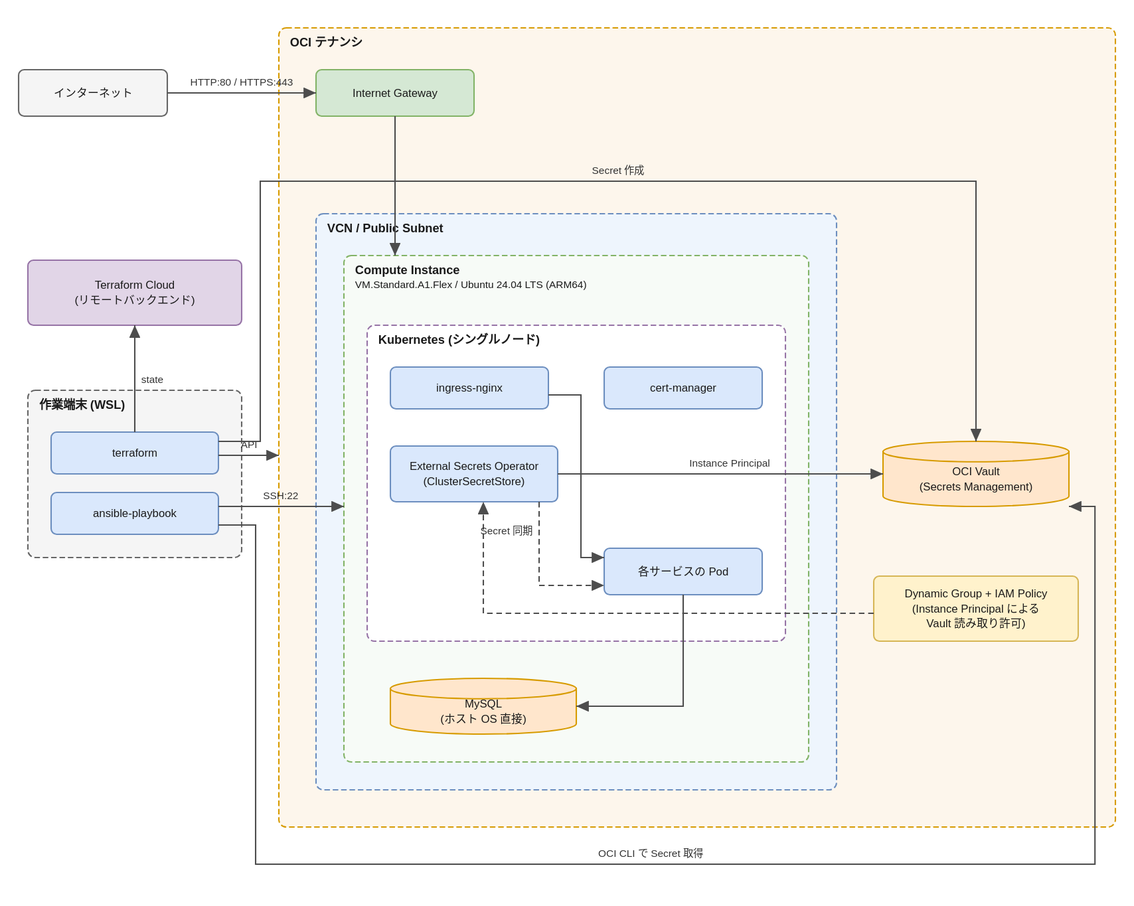
The draw.io diagram docs/02.design/99.appendix/別紙_システム構成図.drawio.svg in Seiya-Nakagawa/infra-oci, before a commit. Source tidied: cells renumbered, new cells last; positions are measured from the earlier drawing's top-left corner, leaving out a move shared by most shapes.
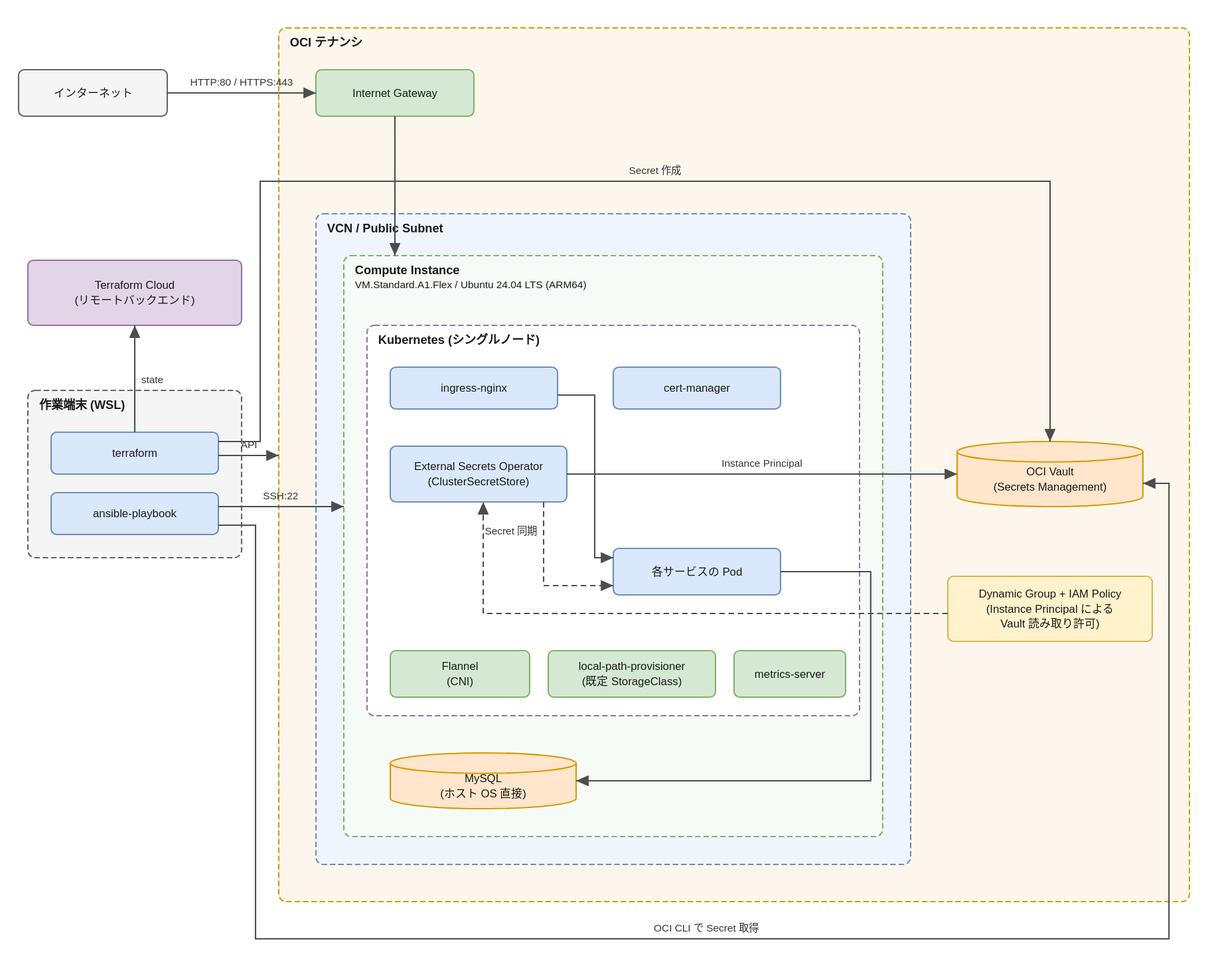
After the change.

Commit message:
docs: 構成図と技術スタックに Kubernetes アドオンを追加

Flannel(CNI)・local-path-provisioner・metrics-server を別紙の構成図と
1.5.2 採用ソフトウェアへ追加し、1.5.1 にアドオンのバージョン固定方針を明記する。

What changed in the source:
```diff
@@ -3,16 +3,16 @@
     <mxCell id="0" />
     <mxCell id="1" parent="0" />
     <mxCell id="2" value="OCI テナンシ" style="rounded=1;arcSize=6;whiteSpace=wrap;html=1;dashed=1;dashPattern=6 3;verticalAlign=top;align=left;spacingLeft=10;spacingTop=2;fontSize=13;fontStyle=1;fillColor=#fdf6ec;strokeColor=#d79b00;" parent="1" vertex="1">
-      <mxGeometry x="280" width="900" height="860" as="geometry" />
+      <mxGeometry x="280" width="980" height="940" as="geometry" />
     </mxCell>
     <mxCell id="3" value="VCN / Public Subnet" style="rounded=1;arcSize=6;whiteSpace=wrap;html=1;dashed=1;dashPattern=6 3;verticalAlign=top;align=left;spacingLeft=10;spacingTop=2;fontSize=13;fontStyle=1;fillColor=#eef5fd;strokeColor=#6c8ebf;" parent="1" vertex="1">
-      <mxGeometry x="320" y="200" width="560" height="620" as="geometry" />
+      <mxGeometry x="320" y="200" width="640" height="700" as="geometry" />
     </mxCell>
     <mxCell id="4" value="Compute Instance&#10;VM.Standard.A1.Flex / Ubuntu 24.04 LTS (ARM64)" style="rounded=1;arcSize=6;whiteSpace=wrap;html=1;dashed=1;dashPattern=6 3;verticalAlign=top;align=left;spacingLeft=10;spacingTop=2;fontSize=13;fontStyle=1;fillColor=#f7fbf7;strokeColor=#82b366;" parent="1" vertex="1">
-      <mxGeometry x="350" y="245" width="500" height="545" as="geometry" />
+      <mxGeometry x="350" y="245" width="580" height="625" as="geometry" />
     </mxCell>
     <mxCell id="5" value="Kubernetes (シングルノード)" style="rounded=1;arcSize=6;whiteSpace=wrap;html=1;dashed=1;dashPattern=6 3;verticalAlign=top;align=left;spacingLeft=10;spacingTop=2;fontSize=13;fontStyle=1;fillColor=#ffffff;strokeColor=#9673a6;" parent="1" vertex="1">
-      <mxGeometry x="375" y="320" width="450" height="340" as="geometry" />
+      <mxGeometry x="375" y="320" width="530" height="420" as="geometry" />
     </mxCell>
     <mxCell id="6" value="作業端末 (WSL)" style="rounded=1;arcSize=6;whiteSpace=wrap;html=1;dashed=1;dashPattern=6 3;verticalAlign=top;align=left;spacingLeft=10;spacingTop=2;fontSize=13;fontStyle=1;fillColor=#f5f5f5;strokeColor=#666666;" parent="1" vertex="1">
       <mxGeometry x="10" y="390" width="230" height="180" as="geometry" />
@@ -33,36 +33,45 @@
       <mxGeometry x="320" y="45" width="170" height="50" as="geometry" />
     </mxCell>
     <mxCell id="12" value="OCI Vault&#10;(Secrets Management)" style="shape=cylinder3;boundedLbl=1;backgroundOutline=1;size=11;whiteSpace=wrap;html=1;fontSize=12;fillColor=#ffe6cc;strokeColor=#d79b00;" parent="1" vertex="1">
-      <mxGeometry x="930" y="445" width="200" height="70" as="geometry" />
+      <mxGeometry x="1010" y="445" width="200" height="70" as="geometry" />
     </mxCell>
     <mxCell id="13" value="Dynamic Group + IAM Policy&#10;(Instance Principal による&#10;Vault 読み取り許可)" style="rounded=1;whiteSpace=wrap;html=1;fontSize=12;fillColor=#fff2cc;strokeColor=#d6b656;" parent="1" vertex="1">
-      <mxGeometry x="920" y="590" width="220" height="70" as="geometry" />
+      <mxGeometry x="1000" y="590" width="220" height="70" as="geometry" />
     </mxCell>
     <mxCell id="14" value="ingress-nginx" style="rounded=1;whiteSpace=wrap;html=1;fontSize=12;fillColor=#dae8fc;strokeColor=#6c8ebf;" parent="1" vertex="1">
-      <mxGeometry x="400" y="365" width="170" height="45" as="geometry" />
+      <mxGeometry x="400" y="365" width="180" height="45" as="geometry" />
     </mxCell>
     <mxCell id="15" value="cert-manager" style="rounded=1;whiteSpace=wrap;html=1;fontSize=12;fillColor=#dae8fc;strokeColor=#6c8ebf;" parent="1" vertex="1">
-      <mxGeometry x="630" y="365" width="170" height="45" as="geometry" />
+      <mxGeometry x="640" y="365" width="180" height="45" as="geometry" />
     </mxCell>
     <mxCell id="16" value="External Secrets Operator&#10;(ClusterSecretStore)" style="rounded=1;whiteSpace=wrap;html=1;fontSize=12;fillColor=#dae8fc;strokeColor=#6c8ebf;" parent="1" vertex="1">
-      <mxGeometry x="400" y="450" width="180" height="60" as="geometry" />
+      <mxGeometry x="400" y="450" width="190" height="60" as="geometry" />
     </mxCell>
     <mxCell id="17" value="各サービスの Pod" style="rounded=1;whiteSpace=wrap;html=1;fontSize=12;fillColor=#dae8fc;strokeColor=#6c8ebf;" parent="1" vertex="1">
-      <mxGeometry x="630" y="560" width="170" height="50" as="geometry" />
+      <mxGeometry x="640" y="560" width="180" height="50" as="geometry" />
     </mxCell>
+    <mxCell id="31" value="Flannel&#10;(CNI)" style="rounded=1;whiteSpace=wrap;html=1;fontSize=12;fillColor=#d5e8d4;strokeColor=#82b366;" parent="1" vertex="1">
+      <mxGeometry x="400" y="670" width="150" height="50" as="geometry" />
+    </mxCell>
+    <mxCell id="32" value="local-path-provisioner&#10;(既定 StorageClass)" style="rounded=1;whiteSpace=wrap;html=1;fontSize=12;fillColor=#d5e8d4;strokeColor=#82b366;" parent="1" vertex="1">
+      <mxGeometry x="570" y="670" width="180" height="50" as="geometry" />
+    </mxCell>
+    <mxCell id="33" value="metrics-server" style="rounded=1;whiteSpace=wrap;html=1;fontSize=12;fillColor=#d5e8d4;strokeColor=#82b366;" parent="1" vertex="1">
+      <mxGeometry x="770" y="670" width="120" height="50" as="geometry" />
+    </mxCell>
     <mxCell id="18" value="MySQL&#10;(ホスト OS 直接)" style="shape=cylinder3;boundedLbl=1;backgroundOutline=1;size=11;whiteSpace=wrap;html=1;fontSize=12;fillColor=#ffe6cc;strokeColor=#d79b00;" parent="1" vertex="1">
-      <mxGeometry x="400" y="700" width="200" height="60" as="geometry" />
+      <mxGeometry x="400" y="780" width="200" height="60" as="geometry" />
     </mxCell>
     <mxCell id="19" value="HTTP:80 / HTTPS:443" style="edgeStyle=orthogonalEdgeStyle;rounded=0;html=1;fontSize=11;jumpStyle=none;exitX=1;exitY=0.5;exitDx=0;exitDy=0;entryX=0;entryY=0.5;entryDx=0;entryDy=0;strokeColor=#4D4D4D;endArrow=blockThin;endFill=1;" parent="1" edge="1" source="7" target="11">
       <mxGeometry relative="1" as="geometry" />
     </mxCell>
-    <mxCell id="20" style="edgeStyle=orthogonalEdgeStyle;rounded=0;html=1;fontSize=11;jumpStyle=none;exitX=0.5;exitY=1;exitDx=0;exitDy=0;entryX=0.11;entryY=0;entryDx=0;entryDy=0;strokeColor=#4D4D4D;endArrow=blockThin;endFill=1;" parent="1" edge="1" source="11" target="4">
+    <mxCell id="20" style="edgeStyle=orthogonalEdgeStyle;rounded=0;html=1;fontSize=11;jumpStyle=none;exitX=0.5;exitY=1;exitDx=0;exitDy=0;entryX=0.09483;entryY=0;entryDx=0;entryDy=0;strokeColor=#4D4D4D;endArrow=blockThin;endFill=1;" parent="1" edge="1" source="11" target="4">
       <mxGeometry relative="1" as="geometry" />
     </mxCell>
     <mxCell id="21" value="state" style="edgeStyle=orthogonalEdgeStyle;rounded=0;html=1;fontSize=11;jumpStyle=none;exitX=0.5;exitY=0;exitDx=0;exitDy=0;entryX=0.5;entryY=1;entryDx=0;entryDy=0;strokeColor=#4D4D4D;endArrow=blockThin;endFill=1;" parent="1" edge="1" source="9" target="8">
       <mxGeometry relative="1" as="geometry" />
     </mxCell>
-    <mxCell id="22" value="API" style="edgeStyle=orthogonalEdgeStyle;rounded=0;html=1;fontSize=11;jumpStyle=none;exitX=1;exitY=0.5556;exitDx=0;exitDy=0;entryX=0;entryY=0.5349;entryDx=0;entryDy=0;strokeColor=#4D4D4D;endArrow=blockThin;endFill=1;" parent="1" edge="1" source="9" target="2">
+    <mxCell id="22" value="API" style="edgeStyle=orthogonalEdgeStyle;rounded=0;html=1;fontSize=11;jumpStyle=none;exitX=1;exitY=0.5556;exitDx=0;exitDy=0;entryX=0;entryY=0.4894;entryDx=0;entryDy=0;strokeColor=#4D4D4D;endArrow=blockThin;endFill=1;" parent="1" edge="1" source="9" target="2">
       <mxGeometry relative="1" as="geometry" />
     </mxCell>
     <mxCell id="23" value="Secret 作成" style="edgeStyle=orthogonalEdgeStyle;rounded=0;html=1;fontSize=11;jumpStyle=none;exitX=1;exitY=0.2222;exitDx=0;exitDy=0;entryX=0.5;entryY=0;entryDx=0;entryDy=0;strokeColor=#4D4D4D;endArrow=blockThin;endFill=1;" parent="1" edge="1" source="9" target="12">
@@ -70,27 +79,27 @@
         <Array as="points">
           <mxPoint x="260" y="445" />
           <mxPoint x="260" y="165" />
-          <mxPoint x="1030" y="165" />
+          <mxPoint x="1110" y="165" />
         </Array>
       </mxGeometry>
     </mxCell>
-    <mxCell id="24" value="SSH:22" style="edgeStyle=orthogonalEdgeStyle;rounded=0;html=1;fontSize=11;jumpStyle=none;exitX=1;exitY=0.3333;exitDx=0;exitDy=0;entryX=0;entryY=0.4954;entryDx=0;entryDy=0;strokeColor=#4D4D4D;endArrow=blockThin;endFill=1;" parent="1" edge="1" source="10" target="4">
+    <mxCell id="24" value="SSH:22" style="edgeStyle=orthogonalEdgeStyle;rounded=0;html=1;fontSize=11;jumpStyle=none;exitX=1;exitY=0.3333;exitDx=0;exitDy=0;entryX=0;entryY=0.432;entryDx=0;entryDy=0;strokeColor=#4D4D4D;endArrow=blockThin;endFill=1;" parent="1" edge="1" source="10" target="4">
       <mxGeometry relative="1" as="geometry" />
     </mxCell>
-    <mxCell id="25" value="OCI CLI で Secret 取得" style="edgeStyle=orthogonalEdgeStyle;rounded=0;html=1;fontSize=11;jumpStyle=none;exitX=1;exitY=0.7778;exitDx=0;exitDy=0;entryX=1;entryY=1;entryDx=0;entryDy=0;strokeColor=#4D4D4D;endArrow=blockThin;endFill=1;" parent="1" edge="1" source="10" target="12">
+    <mxCell id="25" value="OCI CLI で Secret 取得" style="edgeStyle=orthogonalEdgeStyle;rounded=0;html=1;fontSize=11;jumpStyle=none;exitX=1;exitY=0.7778;exitDx=0;exitDy=0;entryX=1;entryY=0.6429;entryDx=0;entryDy=0;strokeColor=#4D4D4D;endArrow=blockThin;endFill=1;" parent="1" edge="1" source="10" target="12">
       <mxGeometry relative="1" as="geometry">
         <Array as="points">
           <mxPoint x="255" y="535" />
-          <mxPoint x="255" y="900" />
-          <mxPoint x="1158" y="900" />
-          <mxPoint x="1158" y="515" />
+          <mxPoint x="255" y="980" />
+          <mxPoint x="1238" y="980" />
+          <mxPoint x="1238" y="490" />
         </Array>
       </mxGeometry>
     </mxCell>
     <mxCell id="26" value="Instance Principal" style="edgeStyle=orthogonalEdgeStyle;rounded=0;html=1;fontSize=11;jumpStyle=none;exitX=1;exitY=0.5;exitDx=0;exitDy=0;entryX=0;entryY=0.5;entryDx=0;entryDy=0;strokeColor=#4D4D4D;endArrow=blockThin;endFill=1;" parent="1" edge="1" source="16" target="12">
       <mxGeometry relative="1" as="geometry" />
     </mxCell>
-    <mxCell id="27" style="edgeStyle=orthogonalEdgeStyle;rounded=0;html=1;fontSize=11;jumpStyle=none;exitX=0;exitY=0.5714;exitDx=0;exitDy=0;entryX=0.5556;entryY=1;entryDx=0;entryDy=0;strokeColor=#4D4D4D;endArrow=blockThin;endFill=1;dashed=1;dashPattern=6 4;" parent="1" edge="1" source="13" target="16">
+    <mxCell id="27" style="edgeStyle=orthogonalEdgeStyle;rounded=0;html=1;fontSize=11;jumpStyle=none;exitX=0;exitY=0.5714;exitDx=0;exitDy=0;entryX=0.5263;entryY=1;entryDx=0;entryDy=0;strokeColor=#4D4D4D;endArrow=blockThin;endFill=1;dashed=1;dashPattern=6 4;" parent="1" edge="1" source="13" target="16">
       <mxGeometry relative="1" as="geometry">
         <Array as="points">
           <mxPoint x="500" y="630" />
@@ -100,22 +109,23 @@
     <mxCell id="28" style="edgeStyle=orthogonalEdgeStyle;rounded=0;html=1;fontSize=11;jumpStyle=none;exitX=1;exitY=0.6667;exitDx=0;exitDy=0;entryX=0;entryY=0.2;entryDx=0;entryDy=0;strokeColor=#4D4D4D;endArrow=blockThin;endFill=1;" parent="1" edge="1" source="14" target="17">
       <mxGeometry relative="1" as="geometry">
         <Array as="points">
-          <mxPoint x="605" y="395" />
-          <mxPoint x="605" y="570" />
+          <mxPoint x="620" y="395" />
+          <mxPoint x="620" y="570" />
         </Array>
       </mxGeometry>
     </mxCell>
-    <mxCell id="29" value="Secret 同期" style="edgeStyle=orthogonalEdgeStyle;rounded=0;html=1;fontSize=11;jumpStyle=none;exitX=0.8889;exitY=1;exitDx=0;exitDy=0;entryX=0;entryY=0.8;entryDx=0;entryDy=0;strokeColor=#4D4D4D;endArrow=blockThin;endFill=1;dashed=1;dashPattern=6 4;" parent="1" edge="1" source="16" target="17">
+    <mxCell id="29" value="Secret 同期" style="edgeStyle=orthogonalEdgeStyle;rounded=0;html=1;fontSize=11;jumpStyle=none;exitX=0.8684;exitY=1;exitDx=0;exitDy=0;entryX=0;entryY=0.8;entryDx=0;entryDy=0;strokeColor=#4D4D4D;endArrow=blockThin;endFill=1;dashed=1;dashPattern=6 4;" parent="1" edge="1" source="16" target="17">
       <mxGeometry relative="1" as="geometry">
         <Array as="points">
-          <mxPoint x="560" y="600" />
+          <mxPoint x="565" y="600" />
         </Array>
       </mxGeometry>
     </mxCell>
-    <mxCell id="30" style="edgeStyle=orthogonalEdgeStyle;rounded=0;html=1;fontSize=11;jumpStyle=none;exitX=0.5;exitY=1;exitDx=0;exitDy=0;entryX=1;entryY=0.5;entryDx=0;entryDy=0;strokeColor=#4D4D4D;endArrow=blockThin;endFill=1;" parent="1" edge="1" source="17" target="18">
+    <mxCell id="30" style="edgeStyle=orthogonalEdgeStyle;rounded=0;html=1;fontSize=11;jumpStyle=none;exitX=1;exitY=0.5;exitDx=0;exitDy=0;entryX=1;entryY=0.5;entryDx=0;entryDy=0;strokeColor=#4D4D4D;endArrow=blockThin;endFill=1;" parent="1" edge="1" source="17" target="18">
       <mxGeometry relative="1" as="geometry">
         <Array as="points">
-          <mxPoint x="715" y="730" />
+          <mxPoint x="917" y="585" />
+          <mxPoint x="917" y="810" />
         </Array>
       </mxGeometry>
     </mxCell>
```
